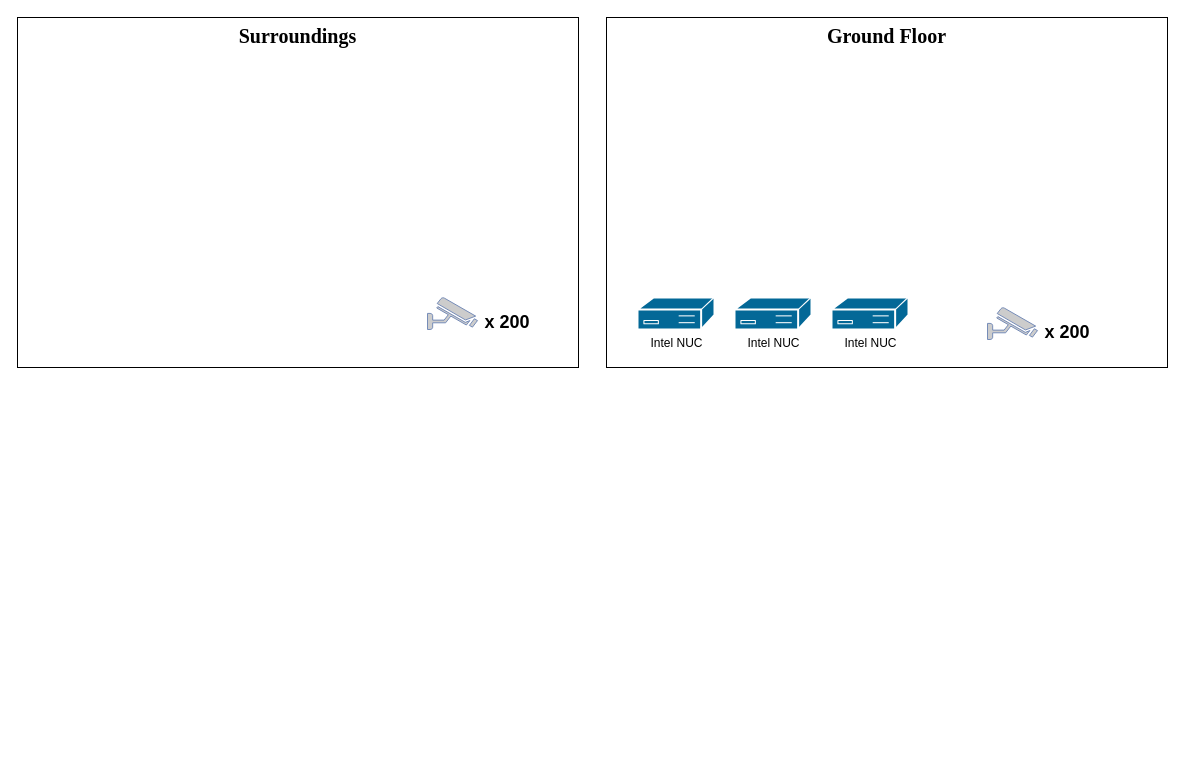
SohamA12345/Project keeps this draw.io diagram as Network Design.drawio. Above is the earlier version. Source tidied: cells renumbered, new cells numbered last; positions are measured from the earlier drawing's top-left corner, leaving out a move shared by most shapes. Both pictures are drawn from the tidied source at 100%, with x=0, y=0 at pixel (17, 17).
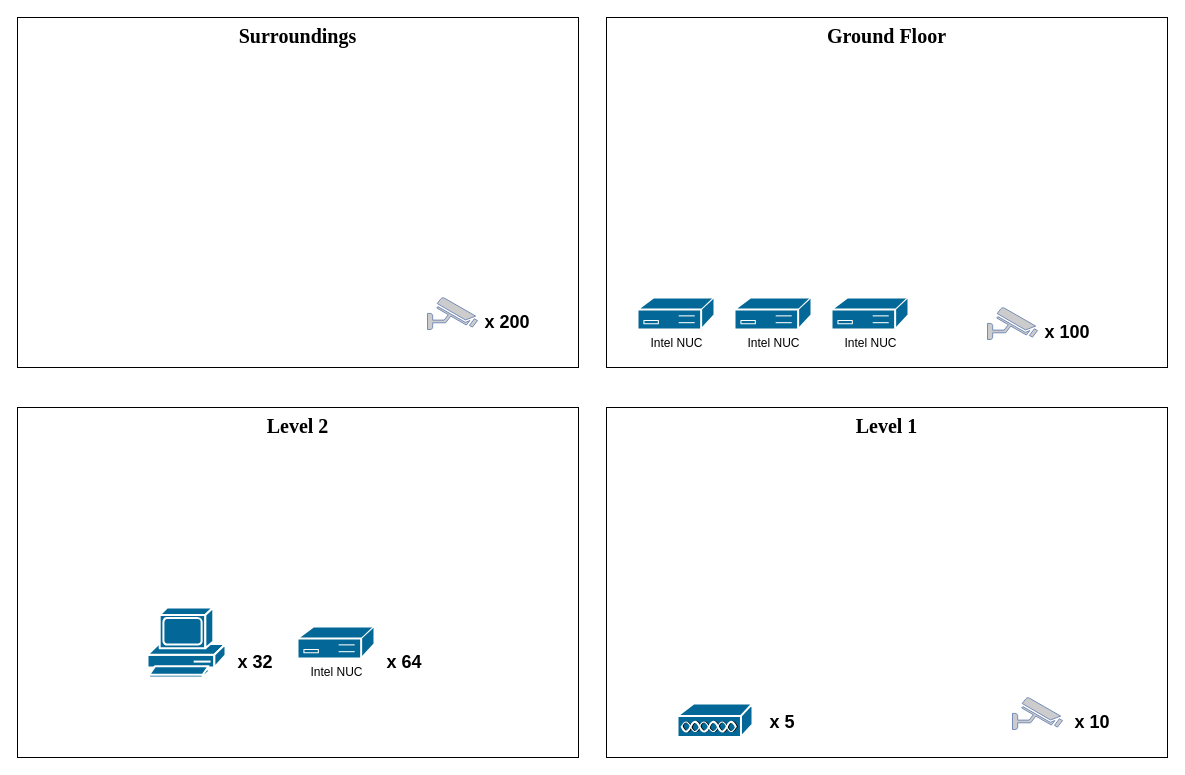
The same diagram, later.

The edit, as a diff of the source:
```diff
@@
-    <mxCell id="7" value="&lt;b&gt;&lt;font style=&quot;font-size: 18px;&quot;&gt;x 200&lt;/font&gt;&lt;/b&gt;" style="text;html=1;whiteSpace=wrap;strokeColor=none;fillColor=none;align=center;verticalAlign=middle;rounded=0;" parent="1" vertex="1">
+    <mxCell id="7" value="&lt;b&gt;&lt;font style=&quot;font-size: 18px;&quot;&gt;x 100&lt;/font&gt;&lt;/b&gt;" style="text;html=1;whiteSpace=wrap;strokeColor=none;fillColor=none;align=center;verticalAlign=middle;rounded=0;" parent="1" vertex="1">
       <mxGeometry x="1020" y="300" width="60" height="30" as="geometry" />
     </mxCell>
@@
+    <mxCell id="11" value="&lt;b&gt;Level 1&lt;/b&gt;" style="whiteSpace=wrap;html=1;align=center;verticalAlign=top;fontFamily=Times New Roman;fontSize=20;" parent="1" vertex="1">
+      <mxGeometry x="589" y="390" width="561" height="350" as="geometry" />
+    </mxCell>
+    <mxCell id="12" style="fontColor=#0066CC;verticalAlign=top;verticalLabelPosition=bottom;labelPosition=center;align=center;html=1;fillColor=#CCCCCC;strokeColor=#6881B3;gradientColor=none;gradientDirection=north;strokeWidth=2;shape=mxgraph.networks.security_camera;" parent="1" vertex="1">
+      <mxGeometry x="995" y="680" width="50" height="32" as="geometry" />
+    </mxCell>
+    <mxCell id="13" value="&lt;b&gt;&lt;font style=&quot;font-size: 18px;&quot;&gt;x 10&lt;/font&gt;&lt;/b&gt;" style="text;html=1;whiteSpace=wrap;strokeColor=none;fillColor=none;align=center;verticalAlign=middle;rounded=0;" parent="1" vertex="1">
+      <mxGeometry x="1045" y="690" width="60" height="30" as="geometry" />
+    </mxCell>
+    <mxCell id="14" style="sketch=0;html=1;dashed=0;fillColor=#036897;strokeColor=#ffffff;strokeWidth=2;verticalLabelPosition=bottom;verticalAlign=top;align=center;shape=mxgraph.cisco.misc.access_point;" parent="1" vertex="1">
+      <mxGeometry x="660" y="686" width="75" height="34" as="geometry" />
+    </mxCell>
+    <mxCell id="15" value="&lt;b&gt;&lt;font style=&quot;font-size: 18px;&quot;&gt;x 5&lt;/font&gt;&lt;/b&gt;" style="text;html=1;whiteSpace=wrap;strokeColor=none;fillColor=none;align=center;verticalAlign=middle;rounded=0;" parent="1" vertex="1">
+      <mxGeometry x="735" y="690" width="60" height="30" as="geometry" />
+    </mxCell>
+    <mxCell id="16" value="&lt;b&gt;Level 2&lt;/b&gt;" style="whiteSpace=wrap;html=1;align=center;verticalAlign=top;fontFamily=Times New Roman;fontSize=20;" parent="1" vertex="1">
+      <mxGeometry y="390" width="561" height="350" as="geometry" />
+    </mxCell>
+    <mxCell id="17" style="sketch=0;html=1;dashed=0;fillColor=#036897;strokeColor=#ffffff;strokeWidth=2;verticalLabelPosition=bottom;verticalAlign=top;align=center;shape=mxgraph.cisco.computers_and_peripherals.pc;" parent="1" vertex="1">
+      <mxGeometry x="130" y="590" width="78" height="70" as="geometry" />
+    </mxCell>
+    <mxCell id="18" value="&lt;b&gt;&lt;font style=&quot;font-size: 18px;&quot;&gt;x 32&lt;/font&gt;&lt;/b&gt;" style="text;html=1;whiteSpace=wrap;strokeColor=none;fillColor=none;align=center;verticalAlign=middle;rounded=0;" parent="1" vertex="1">
+      <mxGeometry x="208" y="630" width="60" height="30" as="geometry" />
+    </mxCell>
+    <mxCell id="19" value="Intel NUC" style="sketch=0;html=1;dashed=0;fillColor=#036897;strokeColor=#ffffff;strokeWidth=2;verticalLabelPosition=bottom;verticalAlign=top;align=center;shape=mxgraph.cisco.controllers_and_modules.3174_(desktop)_cluster_controller;" parent="1" vertex="1">
+      <mxGeometry x="280" y="609" width="77" height="32" as="geometry" />
+    </mxCell>
+    <mxCell id="20" value="&lt;b&gt;&lt;font style=&quot;font-size: 18px;&quot;&gt;x 64&lt;/font&gt;&lt;/b&gt;" style="text;html=1;whiteSpace=wrap;strokeColor=none;fillColor=none;align=center;verticalAlign=middle;rounded=0;" parent="1" vertex="1">
+      <mxGeometry x="357" y="630" width="60" height="30" as="geometry" />
+    </mxCell>
```
